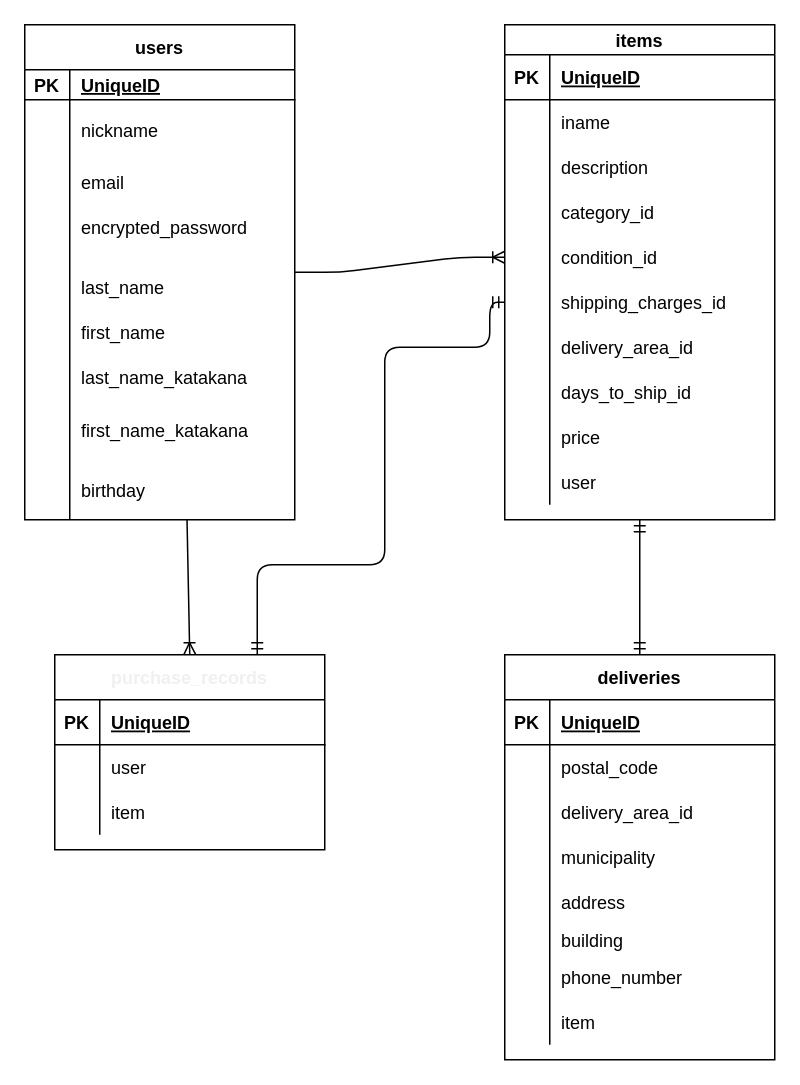
This is config/furima_er.dio from ShoutoSaitou/furima-35436, a draw.io file, before an edit. Source tidied: cells renumbered, new cells numbered last; positions are measured from the earlier drawing's top-left corner, leaving out a move shared by most shapes. Both pictures are drawn from the tidied source at 150%, with x=0, y=0 at pixel (24, 24).
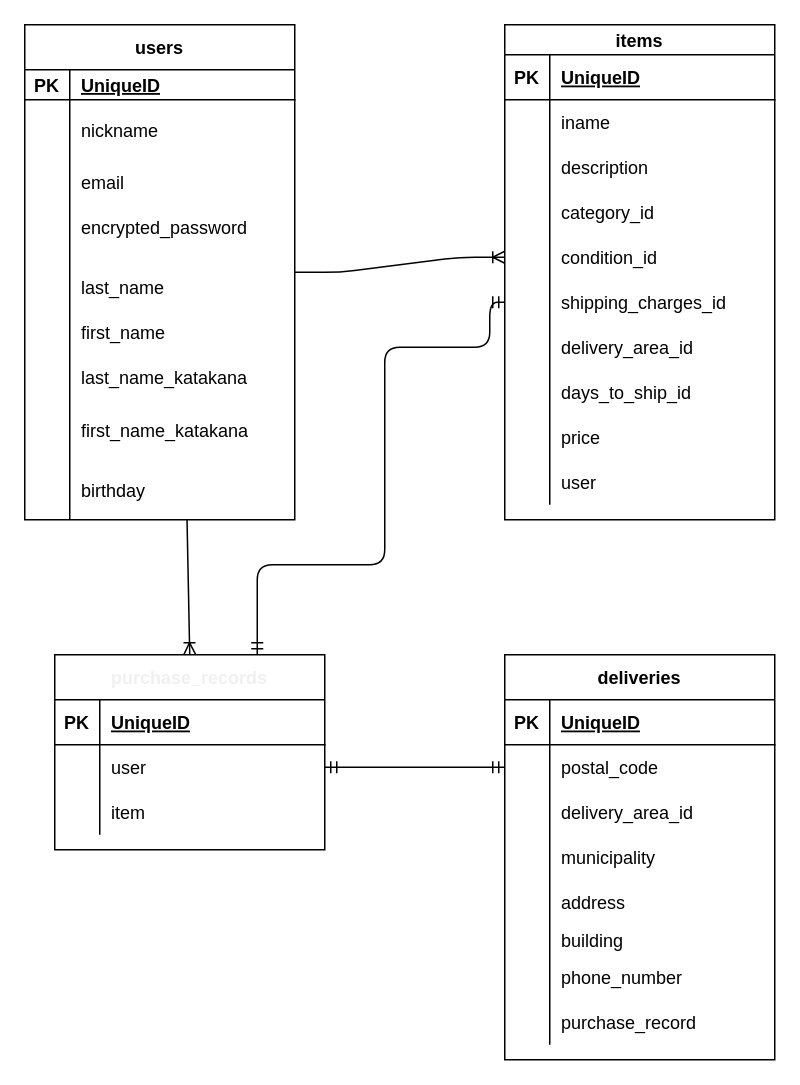
The same diagram, later.

The change refers to these unchanged cells:
```xml
<mxCell id="30" value="items" style="shape=table;startSize=20;childLayout=tableLayout;rowLines=0;fontStyle=1;align=center;" parent="1" vertex="1">
  <mxGeometry x="320" width="180" height="330" as="geometry" />
</mxCell>
<mxCell id="61" value="deliveries" style="shape=table;startSize=30;childLayout=tableLayout;rowLines=0;fontStyle=1;align=center;" parent="1" vertex="1">
  <mxGeometry x="320" y="420" width="180" height="270" as="geometry" />
</mxCell>
<mxCell id="65" style="shape=partialRectangle;fillColor=none;top=0;left=0;bottom=0;right=0;points=[[0,0.5],[1,0.5]];portConstraint=eastwest;" parent="61" vertex="1">
  <mxGeometry y="60" width="180" height="30" as="geometry" />
</mxCell>
<mxCell id="83" style="shape=partialRectangle;fillColor=none;top=0;left=0;bottom=0;right=0;" parent="61" vertex="1">
  <mxGeometry y="230" width="180" height="30" as="geometry" />
</mxCell>
<mxCell id="90" style="shape=partialRectangle;fillColor=none;top=0;left=0;bottom=0;right=0;points=[[0,0.5],[1,0.5]];portConstraint=eastwest;" parent="86" vertex="1">
  <mxGeometry y="60" width="180" height="30" as="geometry" />
</mxCell>
```

Diff of the diagram source:
```diff
@@
-    <mxCell id="85" value="item" style="shape=partialRectangle;fillColor=none;top=0;left=0;bottom=0;right=0;align=left;spacingLeft=6;overflow=hidden;" parent="83" vertex="1">
+    <mxCell id="85" value="purchase_record" style="shape=partialRectangle;fillColor=none;top=0;left=0;bottom=0;right=0;align=left;spacingLeft=6;overflow=hidden;" parent="83" vertex="1">
       <mxGeometry x="30" width="150" height="30" as="geometry" />
     </mxCell>
@@
-    <mxCell id="102" style="fontSize=12;html=1;endArrow=ERmandOne;startArrow=ERmandOne;entryX=0.5;entryY=1;entryDx=0;entryDy=0;exitX=0.5;exitY=0;exitDx=0;exitDy=0;" parent="1" edge="1" source="61" target="30">
+    <mxCell id="102" style="fontSize=12;html=1;endArrow=ERmandOne;startArrow=ERmandOne;entryX=1;entryY=0.5;entryDx=0;entryDy=0;exitX=0;exitY=0.5;exitDx=0;exitDy=0;" parent="1" edge="1" source="65" target="90">
       <mxGeometry relative="1" as="geometry" />
     </mxCell>
```
